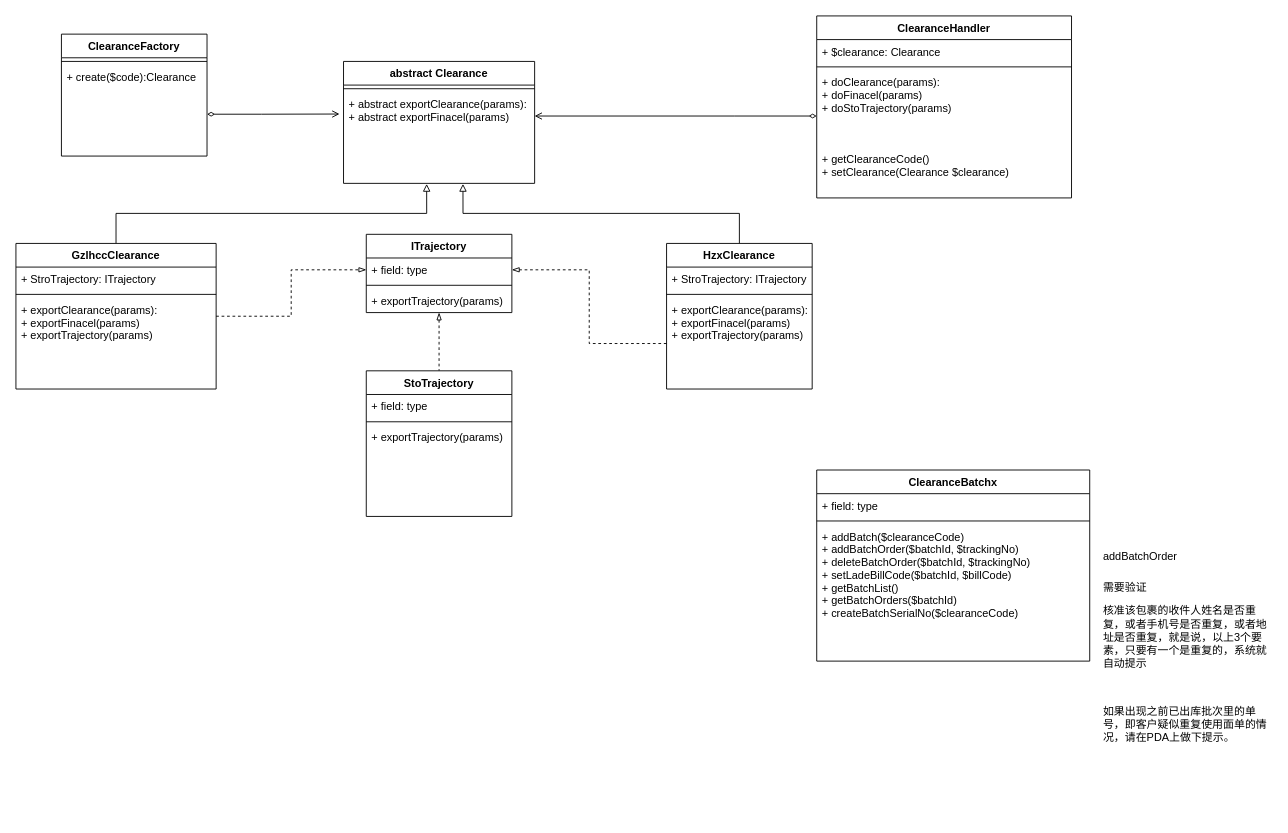
Before: edk-clearance-design.drawio in maclxf/ProjectDraw, a draw.io diagram. Source tidied: cells renumbered, new cells numbered last; positions are measured from the earlier drawing's top-left corner, leaving out a move shared by most shapes. Both pictures are drawn from the tidied source at 91%, with x=0, y=0 at pixel (15, 15).
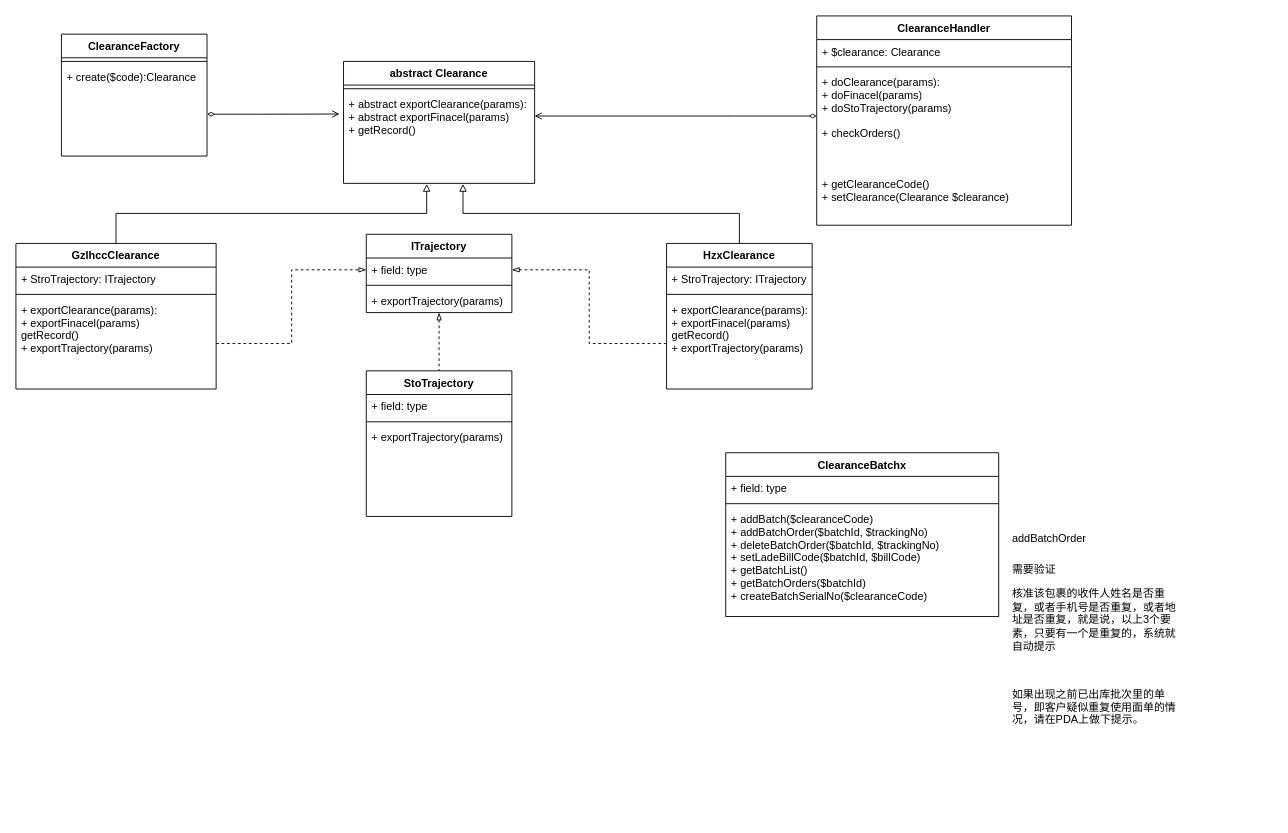
The same diagram, later.

The change refers to these unchanged cells:
```xml
<mxCell id="2" value="abstract Clearance" style="swimlane;fontStyle=1;align=center;verticalAlign=top;horizontal=1;startSize=26;" parent="1" vertex="1">
  <mxGeometry x="360" y="50" width="210" height="134" as="geometry" />
</mxCell>
<mxCell id="11" value="GzlhccClearance" style="swimlane;fontStyle=1;align=center;verticalAlign=top;horizontal=1;startSize=26;" parent="1" vertex="1">
  <mxGeometry y="250" width="220" height="160" as="geometry" />
</mxCell>
<mxCell id="16" value="HzxClearance" style="swimlane;fontStyle=1;align=center;verticalAlign=top;horizontal=1;startSize=26;" parent="1" vertex="1">
  <mxGeometry x="715" y="250" width="160" height="160" as="geometry" />
</mxCell>
<mxCell id="32" value="+ field: type" style="text;strokeColor=none;fillColor=none;align=left;verticalAlign=top;spacingLeft=4;spacingRight=4;overflow=hidden;points=[[0,0.5],[1,0.5]];portConstraint=eastwest;" parent="31" vertex="1">
  <mxGeometry y="26" width="160" height="26" as="geometry" />
</mxCell>
```

Change to the diagram source:
```diff
@@
-    <mxCell id="4" value="+ abstract exportClearance(params): &#10;+ abstract exportFinacel(params)" style="text;strokeColor=none;fillColor=none;align=left;verticalAlign=top;spacingLeft=4;spacingRight=4;overflow=hidden;points=[[0,0.5],[1,0.5]];portConstraint=eastwest;" parent="2" vertex="1">
+    <mxCell id="4" value="+ abstract exportClearance(params): &#10;+ abstract exportFinacel(params)&#10;+ getRecord()" style="text;strokeColor=none;fillColor=none;align=left;verticalAlign=top;spacingLeft=4;spacingRight=4;overflow=hidden;points=[[0,0.5],[1,0.5]];portConstraint=eastwest;" parent="2" vertex="1">
       <mxGeometry y="34" width="210" height="100" as="geometry" />
     </mxCell>
     <mxCell id="5" value="ClearanceHandler" style="swimlane;fontStyle=1;align=center;verticalAlign=top;horizontal=1;startSize=26;" parent="1" vertex="1">
-      <mxGeometry x="880" width="280" height="200" as="geometry" />
+      <mxGeometry x="880" width="280" height="230" as="geometry" />
     </mxCell>
@@
-    <mxCell id="8" value="+ doClearance(params): &#10;+ doFinacel(params)&#10;+ doStoTrajectory(params)&#10;&#10;&#10;&#10;+ getClearanceCode()&#10;+ setClearance(Clearance $clearance)&#10;&#10;" style="text;strokeColor=none;fillColor=none;align=left;verticalAlign=top;spacingLeft=4;spacingRight=4;overflow=hidden;points=[[0,0.5],[1,0.5]];portConstraint=eastwest;" parent="5" vertex="1">
-      <mxGeometry y="60" width="280" height="140" as="geometry" />
+    <mxCell id="8" value="+ doClearance(params): &#10;+ doFinacel(params)&#10;+ doStoTrajectory(params)&#10;&#10;+ checkOrders()&#10;&#10;&#10;&#10;+ getClearanceCode()&#10;+ setClearance(Clearance $clearance)&#10;&#10;" style="text;strokeColor=none;fillColor=none;align=left;verticalAlign=top;spacingLeft=4;spacingRight=4;overflow=hidden;points=[[0,0.5],[1,0.5]];portConstraint=eastwest;" parent="5" vertex="1">
+      <mxGeometry y="60" width="280" height="170" as="geometry" />
     </mxCell>
@@
     <mxCell id="10" style="edgeStyle=orthogonalEdgeStyle;rounded=0;jettySize=auto;html=1;entryX=0;entryY=0.5;entryDx=0;entryDy=0;dashed=1;startArrow=none;startFill=0;endArrow=blockThin;endFill=0;" parent="1" edge="1" source="11" target="32">
-      <mxGeometry relative="1" as="geometry" />
+      <mxGeometry relative="1" as="geometry">
+        <Array as="points">
+          <mxPoint x="303" y="360" />
+          <mxPoint x="303" y="279" />
+        </Array>
+      </mxGeometry>
     </mxCell>
@@
-    <mxCell id="14" value="+ exportClearance(params): &#10;+ exportFinacel(params)&#10;+ exportTrajectory(params)" style="text;strokeColor=none;fillColor=none;align=left;verticalAlign=top;spacingLeft=4;spacingRight=4;overflow=hidden;" parent="11" vertex="1">
+    <mxCell id="14" value="+ exportClearance(params): &#10;+ exportFinacel(params)&#10;getRecord()&#10;+ exportTrajectory(params)" style="text;strokeColor=none;fillColor=none;align=left;verticalAlign=top;spacingLeft=4;spacingRight=4;overflow=hidden;" parent="11" vertex="1">
       <mxGeometry y="60" width="220" height="100" as="geometry" />
     </mxCell>
@@
-    <mxCell id="19" value="+ exportClearance(params): &#10;+ exportFinacel(params)&#10;+ exportTrajectory(params)" style="text;strokeColor=none;fillColor=none;align=left;verticalAlign=top;spacingLeft=4;spacingRight=4;overflow=hidden;points=[[0,0.5],[1,0.5]];portConstraint=eastwest;" parent="16" vertex="1">
+    <mxCell id="19" value="+ exportClearance(params): &#10;+ exportFinacel(params)&#10;getRecord()&#10;+ exportTrajectory(params)" style="text;strokeColor=none;fillColor=none;align=left;verticalAlign=top;spacingLeft=4;spacingRight=4;overflow=hidden;points=[[0,0.5],[1,0.5]];portConstraint=eastwest;" parent="16" vertex="1">
       <mxGeometry y="60" width="160" height="100" as="geometry" />
     </mxCell>
@@
     <mxCell id="23" value="&lt;h1&gt;&lt;span style=&quot;font-size: 12px ; font-weight: 400&quot;&gt;addBatchOrder&lt;/span&gt;&lt;br&gt;&lt;/h1&gt;&lt;p&gt;需要验证&lt;/p&gt;&lt;p&gt;&lt;span&gt;核准该包裹的收件人姓名是否重复，或者手机号是否重复，或者地址是&lt;/span&gt;&lt;span&gt;否重复，就是说，以上3个要素，只要有一个是重复的，系统就自动提示&lt;/span&gt;&lt;/p&gt;&lt;p&gt;&lt;span&gt;&lt;br&gt;&lt;/span&gt;&lt;/p&gt;&lt;p&gt;如果出现之前已出库批次里的单号，即客户疑似重复使用面&lt;span&gt;单的情况，请在PDA上做下提示。&lt;/span&gt;&lt;/p&gt;" style="text;html=1;strokeColor=none;fillColor=none;spacing=5;spacingTop=-20;whiteSpace=wrap;overflow=hidden;rounded=0;" parent="1" vertex="1">
-      <mxGeometry x="1190" y="570" width="190" height="310" as="geometry" />
+      <mxGeometry x="1090" y="551" width="190" height="240" as="geometry" />
     </mxCell>
     <mxCell id="24" value="ClearanceBatchx" style="swimlane;fontStyle=1;align=center;verticalAlign=top;horizontal=1;startSize=26;" parent="1" vertex="1">
-      <mxGeometry x="880" y="499" width="300" height="210" as="geometry" />
+      <mxGeometry x="780" y="480" width="300" height="180" as="geometry" />
     </mxCell>
@@
     <mxCell id="27" value="+ addBatch($clearanceCode)&#10;+ addBatchOrder($batchId, $trackingNo)&#10;+ deleteBatchOrder($batchId, $trackingNo)&#10;+ setLadeBillCode($batchId, $billCode)&#10;+ getBatchList()&#10;+ getBatchOrders($batchId)&#10;+ createBatchSerialNo($clearanceCode)" style="text;strokeColor=none;fillColor=none;align=left;verticalAlign=top;spacingLeft=4;spacingRight=4;overflow=hidden;" parent="24" vertex="1">
-      <mxGeometry y="60" width="300" height="150" as="geometry" />
+      <mxGeometry y="60" width="300" height="120" as="geometry" />
     </mxCell>
```
